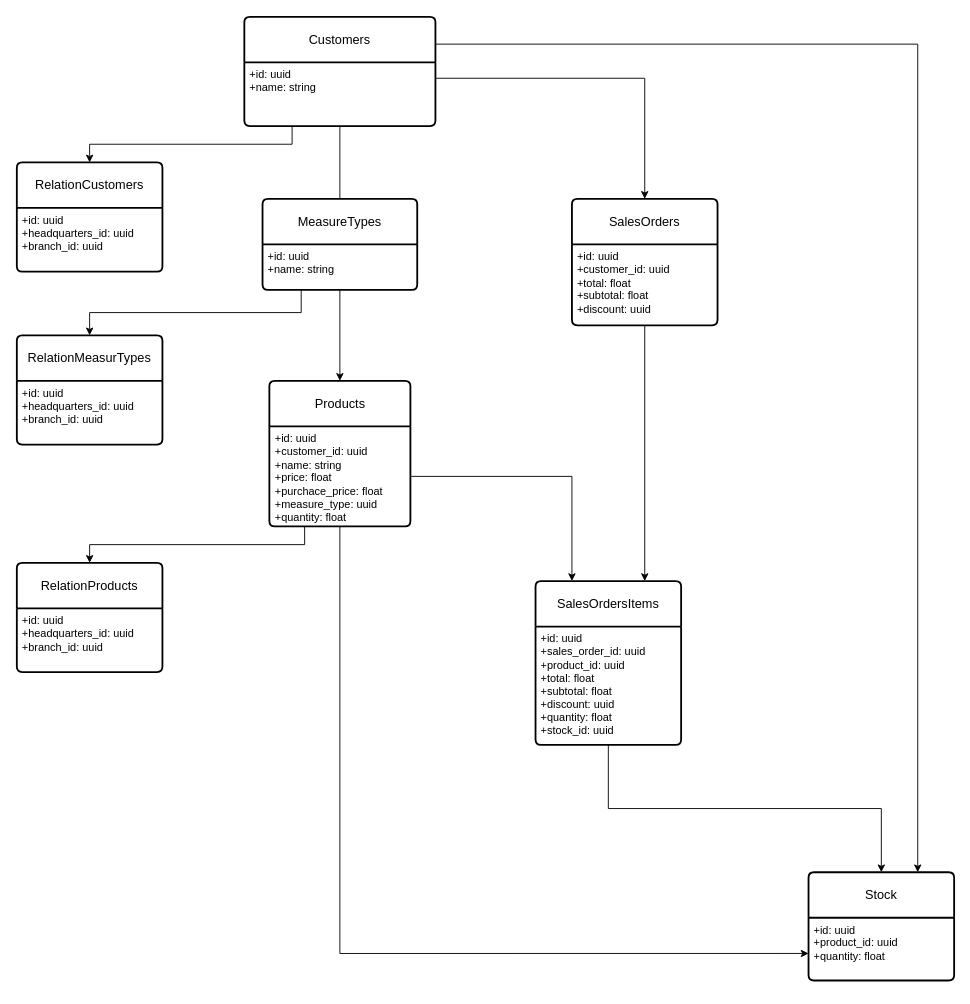
Above: Untitled Diagram.drawio in 64bits-Camargo/logica-da-programacao (draw.io), before the change. Source tidied: cells renumbered, new cells numbered last; positions are measured from the earlier drawing's top-left corner, leaving out a move shared by most shapes. Both pictures are drawn from the tidied source at 91%, with x=0, y=0 at pixel (16, 16).
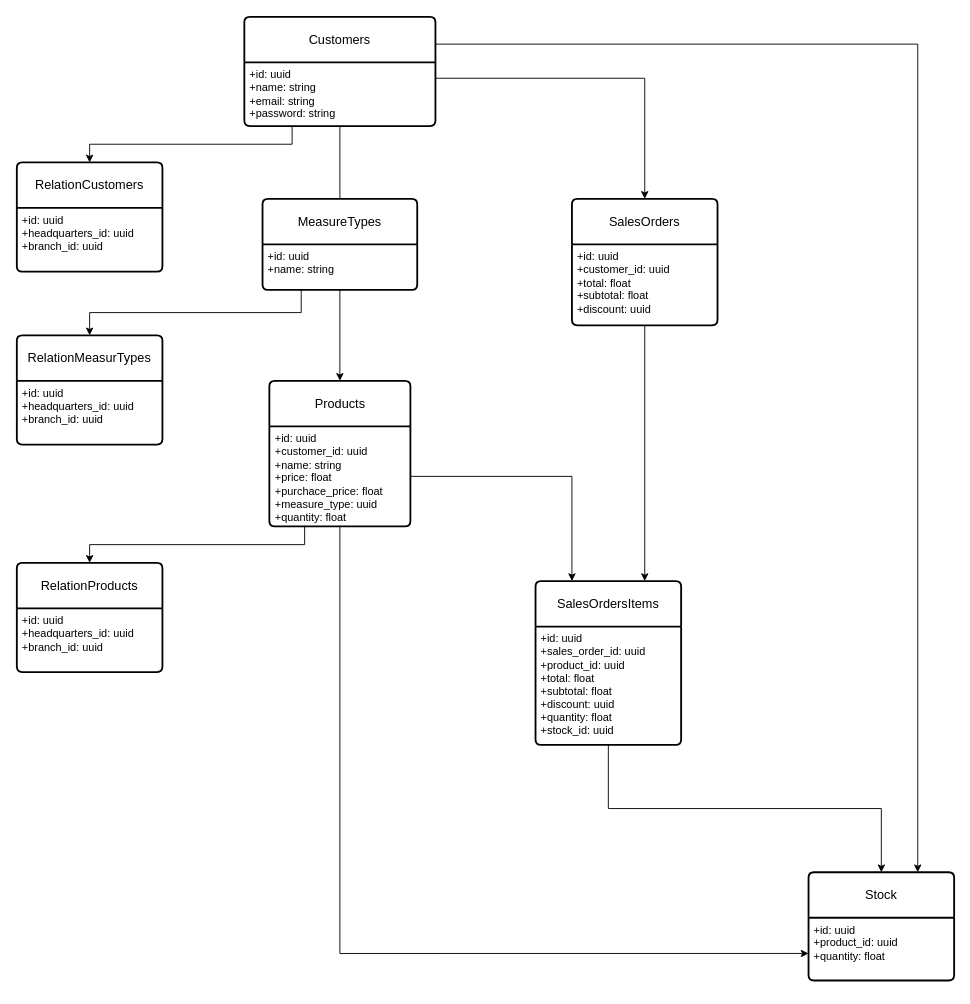
Above is the later version.

Unchanged cells that the change refers to:
```xml
<mxCell id="3" value="Customers" style="swimlane;horizontal=1;startSize=50;rounded=1;fontSize=14;fontStyle=0;strokeWidth=2;shadow=0;dashed=0;align=center;arcSize=4;whiteSpace=wrap;html=1;" parent="1" vertex="1">
  <mxGeometry x="250" width="210" height="120" as="geometry" />
</mxCell>
```

The edit, as a diff of the source:
```diff
@@
-    <mxCell id="4" value="+id: uuid&lt;br&gt;+name: string" style="align=left;strokeColor=none;fillColor=none;spacingLeft=4;fontSize=12;verticalAlign=top;html=1;" parent="3" vertex="1">
+    <mxCell id="4" value="+id: uuid&lt;br&gt;+name: string&lt;br&gt;+email: string&lt;br&gt;+password: string" style="align=left;strokeColor=none;fillColor=none;spacingLeft=4;fontSize=12;verticalAlign=top;html=1;" parent="3" vertex="1">
       <mxGeometry y="50" width="210" height="70" as="geometry" />
     </mxCell>
```
